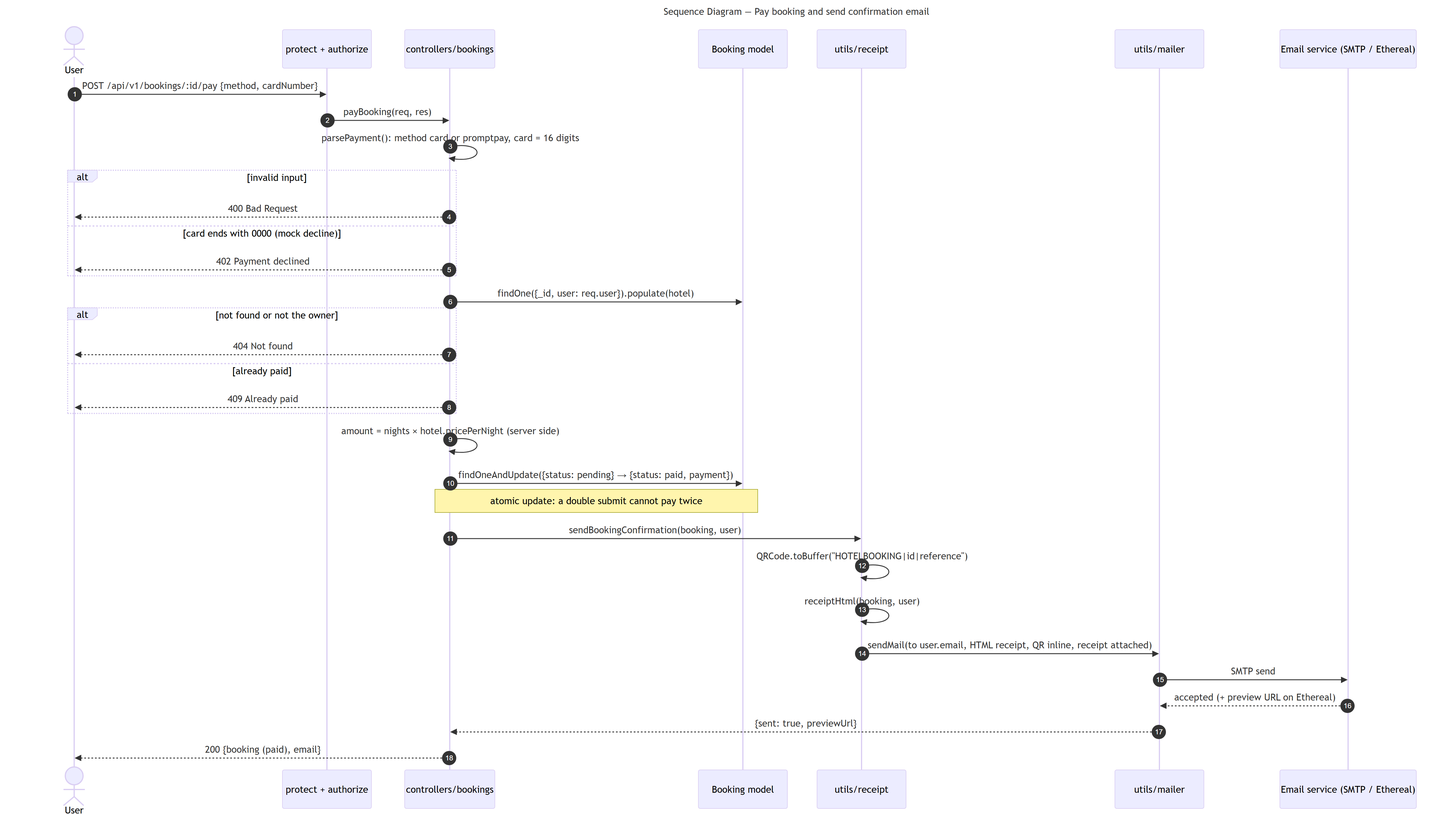
Above: docs/diagrams/seq-pay.png in mickDoctorDev/SW-DEV-Project-1-Hotel-Booking (Mermaid), before the change. Its source is kept beside it as docs/diagrams/seq-pay.mmd.
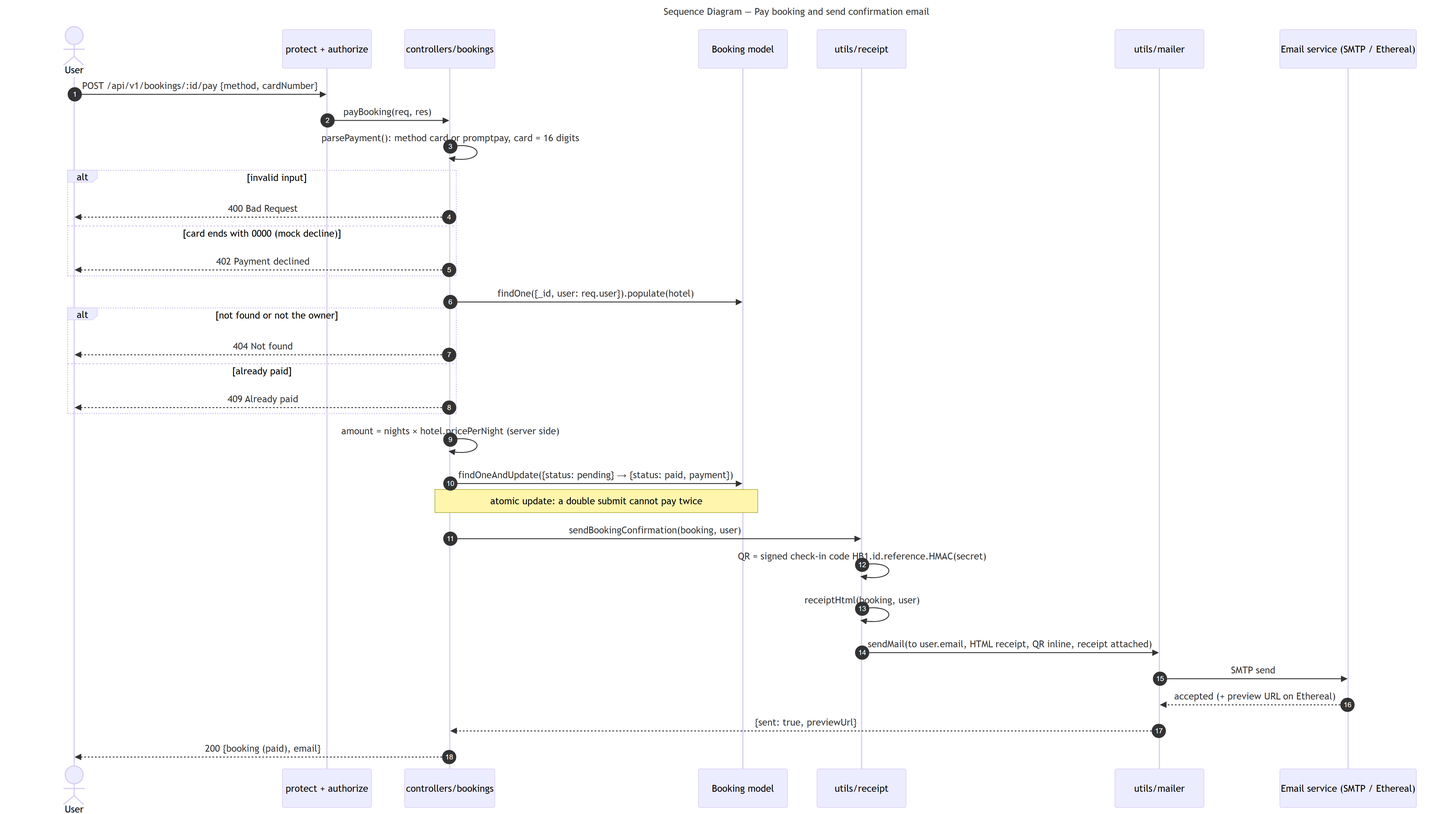
After the commit.

What changed in the source:
```diff
@@ -29,7 +29,7 @@
     C->>B: findOneAndUpdate({status: pending} → {status: paid, payment})
     Note over C,B: atomic update: a double submit cannot pay twice
     C->>RC: sendBookingConfirmation(booking, user)
-    RC->>RC: QRCode.toBuffer("HOTELBOOKING|id|reference")
+    RC->>RC: QR = signed check-in code HB1.id.reference.HMAC(secret)
     RC->>RC: receiptHtml(booking, user)
     RC->>M: sendMail(to user.email, HTML receipt, QR inline, receipt attached)
     M->>E: SMTP send
```
